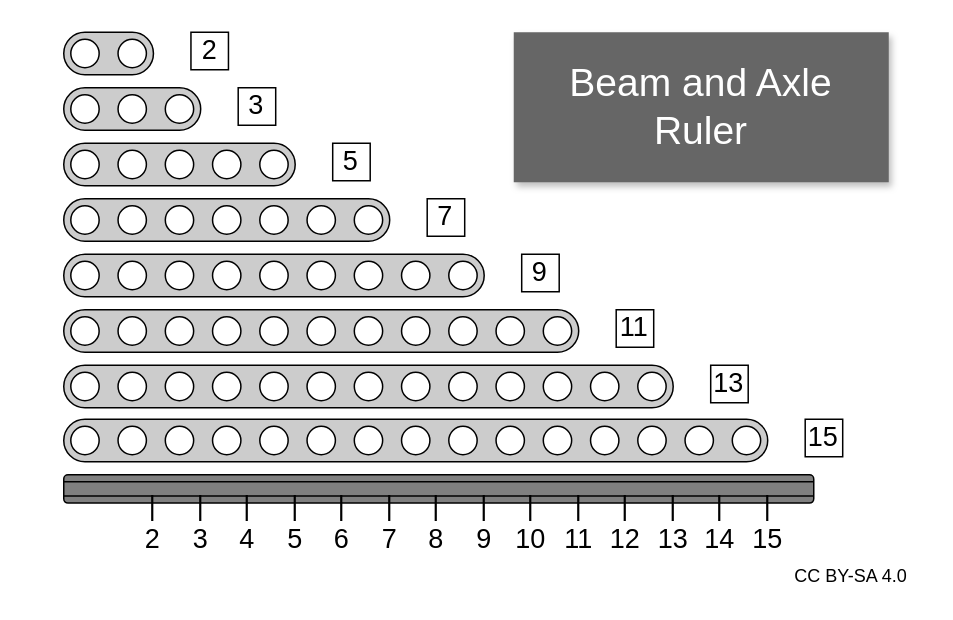
This is drawio/beam-axle-ruler.drawio from EvokeMadness/note-cards, a draw.io file, before an edit. Source tidied: cells renumbered, new cells numbered last; positions are measured from the earlier drawing's top-left corner, leaving out a move shared by most shapes. Both pictures are drawn from the tidied source at 150%, with x=0, y=0 at pixel (63, 32).
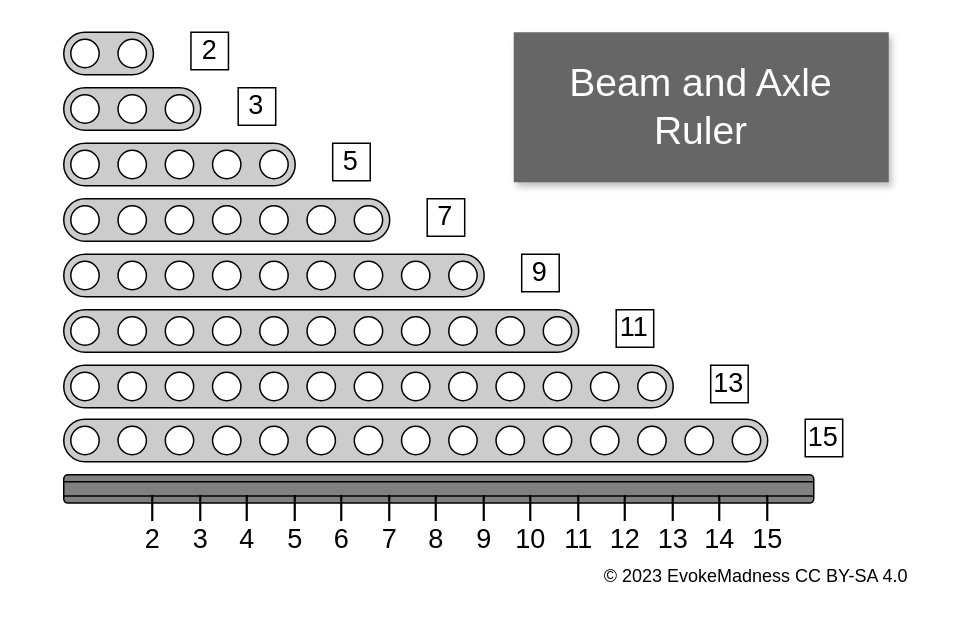
After the change.

Diff of the diagram source:
```diff
@@
-    <mxCell id="111" value="CC BY-SA 4.0" style="text;html=1;strokeColor=none;fillColor=none;align=center;verticalAlign=middle;whiteSpace=wrap;rounded=0;" parent="87" vertex="1">
-      <mxGeometry x="475" y="350" width="100.4" height="25" as="geometry" />
+    <mxCell id="111" value="© 2023 EvokeMadness CC BY-SA 4.0" style="text;html=1;strokeColor=none;fillColor=none;align=right;verticalAlign=middle;whiteSpace=wrap;rounded=0;spacingRight=10;" parent="87" vertex="1">
+      <mxGeometry x="-25" y="350" width="600" height="25" as="geometry" />
     </mxCell>
```
